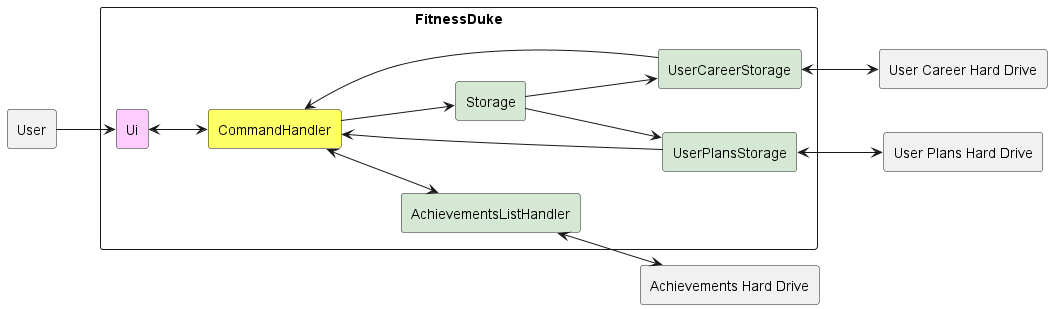
This is docs/UML/Images/architecture.png from nus-cs2113-AY2223S2/tp, a PlantUML export, as it was before one commit.
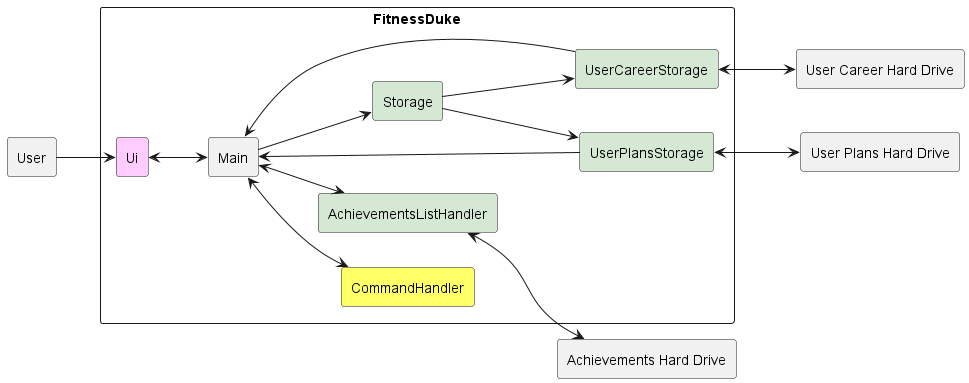
Above is the later version.

What changed in the source:
```diff
@@ -12,6 +12,7 @@
 component FitnessDuke{
 component Ui UI_COLOUR
 component CommandHandler LOGIC_COLOUR
+component Main
 component UserCareerStorage STORAGE_COLOUR
 component UserPlansStorage STORAGE_COLOUR
 component Storage STORAGE_COLOUR
@@ -19,15 +20,16 @@
 }
 
 [User] --> [Ui]
-[Ui] <--> [CommandHandler]
-[CommandHandler] --> [Storage]
-[CommandHandler] <--> [AchievementsListHandler]
+[Ui] <--> [Main]
+[Main] --> [Storage]
+[Main] <--> [AchievementsListHandler]
+[Main] <--> [CommandHandler]
 [AchievementsListHandler] <--> [Achievements Hard Drive]
 [Storage] --> [UserPlansStorage]
 [Storage] --> [UserCareerStorage]
 [UserCareerStorage] <--> [User Career Hard Drive]
 [UserPlansStorage] <--> [User Plans Hard Drive]
-[UserCareerStorage] --> [CommandHandler]
-[UserPlansStorage] --> [CommandHandler]
+[UserCareerStorage] --> [Main]
+[UserPlansStorage] --> [Main]
 
 @enduml
```
